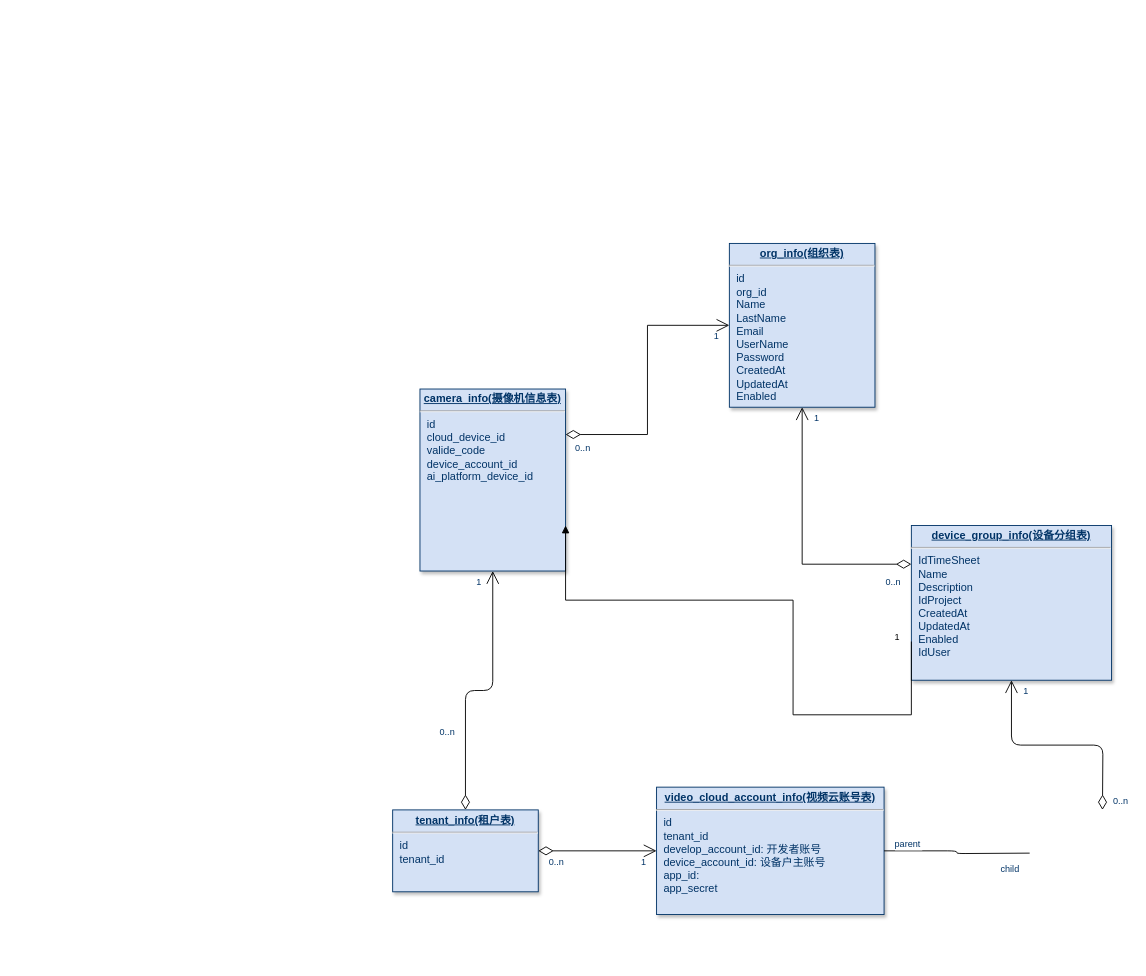
Above: Untitled Diagram.drawio in liushubao0109/drawio (draw.io), before the change. Source tidied: cells renumbered, new cells numbered last; positions are measured from the earlier drawing's top-left corner, leaving out a move shared by most shapes. Both pictures are drawn from the tidied source at 91%, with x=0, y=0 at pixel (392, 243).
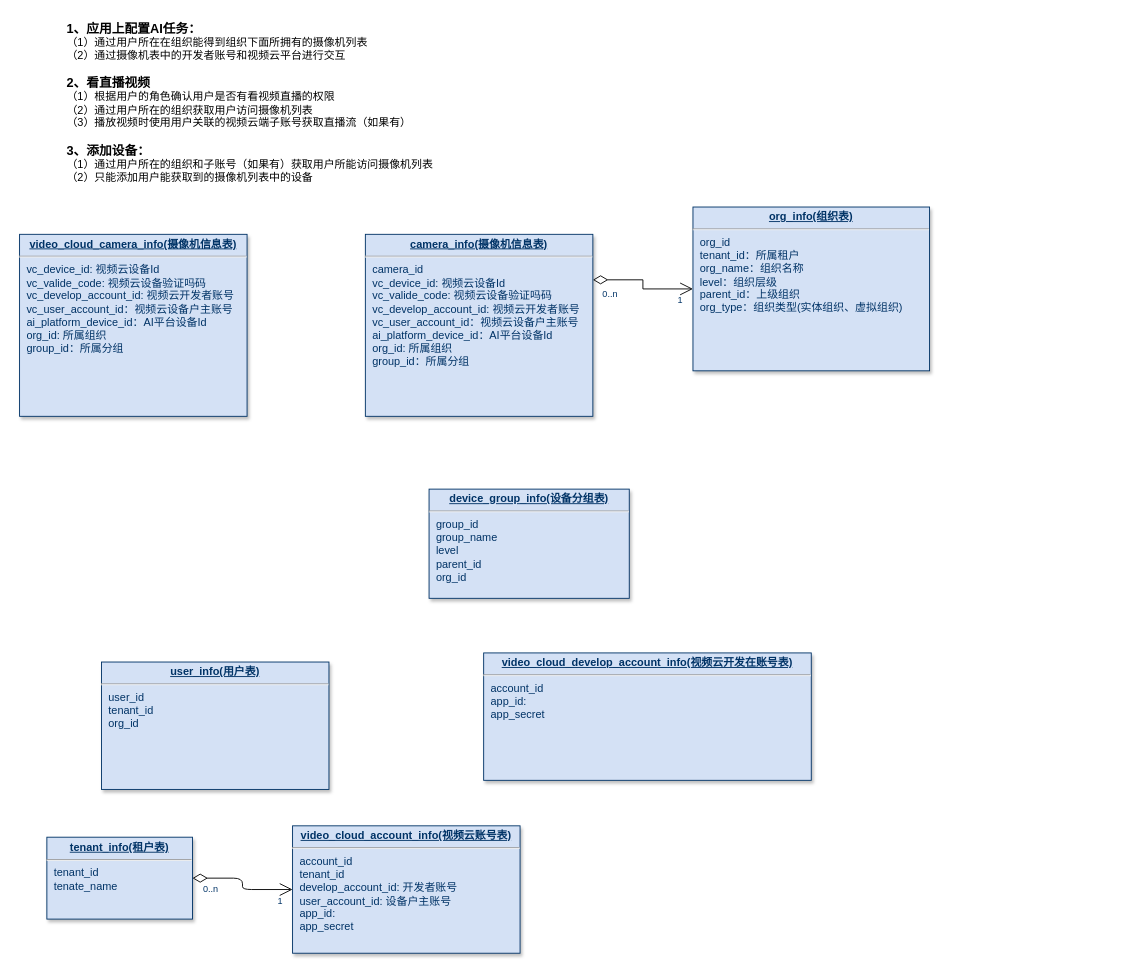
Above is the later version.

Change to the diagram source:
```diff
@@
-    <mxCell id="2" value="&lt;p style=&quot;margin: 0px; margin-top: 4px; text-align: center; text-decoration: underline;&quot;&gt;&lt;b&gt;org_info(组织表)&lt;/b&gt;&lt;/p&gt;&lt;hr&gt;&lt;p style=&quot;margin: 0px; margin-left: 8px;&quot;&gt;id&lt;/p&gt;&lt;p style=&quot;margin: 0px; margin-left: 8px;&quot;&gt;org_id&lt;/p&gt;&lt;p style=&quot;margin: 0px; margin-left: 8px;&quot;&gt;Name&lt;/p&gt;&lt;p style=&quot;margin: 0px; margin-left: 8px;&quot;&gt;LastName&lt;/p&gt;&lt;p style=&quot;margin: 0px; margin-left: 8px;&quot;&gt;Email&lt;/p&gt;&lt;p style=&quot;margin: 0px; margin-left: 8px;&quot;&gt;UserName&lt;/p&gt;&lt;p style=&quot;margin: 0px; margin-left: 8px;&quot;&gt;Password&lt;/p&gt;&lt;p style=&quot;margin: 0px; margin-left: 8px;&quot;&gt;CreatedAt&lt;/p&gt;&lt;p style=&quot;margin: 0px; margin-left: 8px;&quot;&gt;UpdatedAt&lt;/p&gt;&lt;p style=&quot;margin: 0px; margin-left: 8px;&quot;&gt;Enabled&lt;/p&gt;" style="verticalAlign=top;align=left;overflow=fill;fontSize=12;fontFamily=Helvetica;html=1;strokeColor=#003366;shadow=1;fillColor=#D4E1F5;fontColor=#003366;" parent="1" vertex="1">
-      <mxGeometry x="370" width="160" height="180" as="geometry" />
+    <mxCell id="2" value="&lt;p style=&quot;margin: 0px; margin-top: 4px; text-align: center; text-decoration: underline;&quot;&gt;&lt;b&gt;org_info(组织表)&lt;/b&gt;&lt;/p&gt;&lt;hr&gt;&lt;p style=&quot;margin: 0px 0px 0px 8px;&quot;&gt;org_id&lt;/p&gt;&lt;p style=&quot;margin: 0px 0px 0px 8px;&quot;&gt;tenant_id：所属租户&lt;/p&gt;&lt;p style=&quot;margin: 0px 0px 0px 8px;&quot;&gt;org_name：组织名称&lt;/p&gt;&lt;p style=&quot;margin: 0px 0px 0px 8px;&quot;&gt;level：组织层级&lt;/p&gt;&lt;p style=&quot;margin: 0px 0px 0px 8px;&quot;&gt;parent_id：上级组织&lt;/p&gt;&lt;p style=&quot;margin: 0px 0px 0px 8px;&quot;&gt;org_type：组织类型(实体组织、虚拟组织)&lt;/p&gt;&lt;p style=&quot;margin: 0px; margin-left: 8px;&quot;&gt;&lt;br&gt;&lt;/p&gt;" style="verticalAlign=top;align=left;overflow=fill;fontSize=12;fontFamily=Helvetica;html=1;strokeColor=#003366;shadow=1;fillColor=#D4E1F5;fontColor=#003366;" parent="1" vertex="1">
+      <mxGeometry x="330" y="-40" width="260" height="180" as="geometry" />
     </mxCell>
-    <mxCell id="3" value="&lt;p style=&quot;margin: 0px; margin-top: 4px; text-align: center; text-decoration: underline;&quot;&gt;&lt;strong&gt;device_group_info(设备分组表)&lt;/strong&gt;&lt;/p&gt;&lt;hr&gt;&lt;p style=&quot;margin: 0px; margin-left: 8px;&quot;&gt;IdTimeSheet&lt;/p&gt;&lt;p style=&quot;margin: 0px; margin-left: 8px;&quot;&gt;Name&lt;/p&gt;&lt;p style=&quot;margin: 0px; margin-left: 8px;&quot;&gt;Description&lt;/p&gt;&lt;p style=&quot;margin: 0px; margin-left: 8px;&quot;&gt;IdProject&lt;/p&gt;&lt;p style=&quot;margin: 0px; margin-left: 8px;&quot;&gt;CreatedAt&lt;/p&gt;&lt;p style=&quot;margin: 0px; margin-left: 8px;&quot;&gt;UpdatedAt&lt;/p&gt;&lt;p style=&quot;margin: 0px; margin-left: 8px;&quot;&gt;Enabled&lt;/p&gt;&lt;p style=&quot;margin: 0px; margin-left: 8px;&quot;&gt;IdUser&lt;/p&gt;" style="verticalAlign=top;align=left;overflow=fill;fontSize=12;fontFamily=Helvetica;html=1;strokeColor=#003366;shadow=1;fillColor=#D4E1F5;fontColor=#003366;" parent="1" vertex="1">
-      <mxGeometry x="570" y="310" width="220" height="170" as="geometry" />
+    <mxCell id="3" value="&lt;p style=&quot;margin: 0px; margin-top: 4px; text-align: center; text-decoration: underline;&quot;&gt;&lt;strong&gt;device_group_info(设备分组表)&lt;/strong&gt;&lt;/p&gt;&lt;hr&gt;&lt;p style=&quot;margin: 0px; margin-left: 8px;&quot;&gt;group_id&lt;/p&gt;&lt;p style=&quot;margin: 0px; margin-left: 8px;&quot;&gt;group_name&lt;/p&gt;&lt;p style=&quot;margin: 0px; margin-left: 8px;&quot;&gt;level&lt;/p&gt;&lt;p style=&quot;margin: 0px; margin-left: 8px;&quot;&gt;parent_id&lt;/p&gt;&lt;p style=&quot;margin: 0px; margin-left: 8px;&quot;&gt;org_id&lt;/p&gt;&lt;p style=&quot;margin: 0px; margin-left: 8px;&quot;&gt;&lt;br&gt;&lt;/p&gt;" style="verticalAlign=top;align=left;overflow=fill;fontSize=12;fontFamily=Helvetica;html=1;strokeColor=#003366;shadow=1;fillColor=#D4E1F5;fontColor=#003366;" parent="1" vertex="1">
+      <mxGeometry x="40" y="270" width="220" height="120" as="geometry" />
     </mxCell>
-    <mxCell id="4" value="&lt;p style=&quot;margin: 0px; margin-top: 4px; text-align: center; text-decoration: underline;&quot;&gt;&lt;b&gt;camera_info(摄像机信息表)&lt;/b&gt;&lt;/p&gt;&lt;hr&gt;&lt;p style=&quot;margin: 0px; margin-left: 8px;&quot;&gt;id&lt;/p&gt;&lt;p style=&quot;margin: 0px; margin-left: 8px;&quot;&gt;&lt;span style=&quot;background-color: initial;&quot;&gt;cloud_device_id&lt;/span&gt;&lt;br&gt;&lt;/p&gt;&lt;p style=&quot;margin: 0px; margin-left: 8px;&quot;&gt;valide_code&lt;/p&gt;&lt;p style=&quot;margin: 0px; margin-left: 8px;&quot;&gt;device_account_id&lt;/p&gt;&lt;p style=&quot;margin: 0px; margin-left: 8px;&quot;&gt;ai_platform_device_id&lt;/p&gt;&lt;p style=&quot;margin: 0px; margin-left: 8px;&quot;&gt;&lt;br&gt;&lt;/p&gt;&lt;p style=&quot;margin: 0px; margin-left: 8px;&quot;&gt;&lt;br&gt;&lt;/p&gt;" style="verticalAlign=top;align=left;overflow=fill;fontSize=12;fontFamily=Helvetica;html=1;strokeColor=#003366;shadow=1;fillColor=#D4E1F5;fontColor=#003366;" parent="1" vertex="1">
-      <mxGeometry x="30" y="160" width="160" height="200" as="geometry" />
+    <mxCell id="4" value="&lt;p style=&quot;margin: 0px; margin-top: 4px; text-align: center; text-decoration: underline;&quot;&gt;&lt;b&gt;camera_info(摄像机信息表)&lt;/b&gt;&lt;/p&gt;&lt;hr&gt;&lt;p style=&quot;margin: 0px; margin-left: 8px;&quot;&gt;camera_id&lt;/p&gt;&lt;p style=&quot;margin: 0px; margin-left: 8px;&quot;&gt;&lt;span style=&quot;background-color: initial;&quot;&gt;vc_device_id: 视频云设备Id&lt;/span&gt;&lt;/p&gt;&lt;p style=&quot;margin: 0px; margin-left: 8px;&quot;&gt;vc_valide_code: 视频云设备验证吗码&lt;/p&gt;&lt;p style=&quot;margin: 0px; margin-left: 8px;&quot;&gt;vc_develop_account_id: 视频云开发者账号&lt;/p&gt;&lt;p style=&quot;margin: 0px; margin-left: 8px;&quot;&gt;vc_user_account_id：视频云设备户主账号&lt;/p&gt;&lt;p style=&quot;margin: 0px; margin-left: 8px;&quot;&gt;ai_platform_device_id：AI平台设备Id&lt;/p&gt;&lt;p style=&quot;margin: 0px; margin-left: 8px;&quot;&gt;org_id: 所属组织&lt;/p&gt;&lt;p style=&quot;margin: 0px; margin-left: 8px;&quot;&gt;group_id：所属分组&lt;/p&gt;&lt;p style=&quot;margin: 0px; margin-left: 8px;&quot;&gt;&lt;br&gt;&lt;/p&gt;" style="verticalAlign=top;align=left;overflow=fill;fontSize=12;fontFamily=Helvetica;html=1;strokeColor=#003366;shadow=1;fillColor=#D4E1F5;fontColor=#003366;" parent="1" vertex="1">
+      <mxGeometry x="-30" y="-10" width="250" height="200" as="geometry" />
     </mxCell>
-    <mxCell id="5" value="&lt;p style=&quot;margin: 0px; margin-top: 4px; text-align: center; text-decoration: underline;&quot;&gt;&lt;strong&gt;video_cloud_account_info(视频云账号表)&lt;/strong&gt;&lt;/p&gt;&lt;hr&gt;&lt;p style=&quot;margin: 0px; margin-left: 8px;&quot;&gt;id&lt;/p&gt;&lt;p style=&quot;margin: 0px; margin-left: 8px;&quot;&gt;tenant_id&lt;/p&gt;&lt;p style=&quot;margin: 0px; margin-left: 8px;&quot;&gt;develop_account_id: 开发者账号&lt;/p&gt;&lt;p style=&quot;margin: 0px; margin-left: 8px;&quot;&gt;device_account_id: 设备户主账号&lt;/p&gt;&lt;p style=&quot;margin: 0px; margin-left: 8px;&quot;&gt;app_id:&amp;nbsp;&lt;/p&gt;&lt;p style=&quot;margin: 0px; margin-left: 8px;&quot;&gt;app_secret&lt;/p&gt;" style="verticalAlign=top;align=left;overflow=fill;fontSize=12;fontFamily=Helvetica;html=1;strokeColor=#003366;shadow=1;fillColor=#D4E1F5;fontColor=#003366;" parent="1" vertex="1">
-      <mxGeometry x="290" y="597.5" width="250" height="140" as="geometry" />
+    <mxCell id="5" value="&lt;p style=&quot;margin: 0px; margin-top: 4px; text-align: center; text-decoration: underline;&quot;&gt;&lt;strong&gt;video_cloud_account_info(视频云账号表)&lt;/strong&gt;&lt;/p&gt;&lt;hr&gt;&lt;p style=&quot;margin: 0px; margin-left: 8px;&quot;&gt;account_id&lt;/p&gt;&lt;p style=&quot;margin: 0px; margin-left: 8px;&quot;&gt;tenant_id&lt;/p&gt;&lt;p style=&quot;margin: 0px; margin-left: 8px;&quot;&gt;develop_account_id: 开发者账号&lt;/p&gt;&lt;p style=&quot;margin: 0px; margin-left: 8px;&quot;&gt;user_account_id: 设备户主账号&lt;/p&gt;&lt;p style=&quot;margin: 0px; margin-left: 8px;&quot;&gt;app_id:&amp;nbsp;&lt;/p&gt;&lt;p style=&quot;margin: 0px; margin-left: 8px;&quot;&gt;app_secret&lt;/p&gt;" style="verticalAlign=top;align=left;overflow=fill;fontSize=12;fontFamily=Helvetica;html=1;strokeColor=#003366;shadow=1;fillColor=#D4E1F5;fontColor=#003366;" parent="1" vertex="1">
+      <mxGeometry x="-110" y="640" width="250" height="140" as="geometry" />
     </mxCell>
-    <mxCell id="6" value="&lt;p style=&quot;margin: 0px; margin-top: 4px; text-align: center; text-decoration: underline;&quot;&gt;&lt;b&gt;tenant_info(租户表)&lt;/b&gt;&lt;/p&gt;&lt;hr&gt;&lt;p style=&quot;margin: 0px; margin-left: 8px;&quot;&gt;&lt;span style=&quot;background-color: initial;&quot;&gt;id&lt;/span&gt;&lt;/p&gt;&lt;p style=&quot;margin: 0px; margin-left: 8px;&quot;&gt;&lt;span style=&quot;background-color: initial;&quot;&gt;tenant_id&lt;/span&gt;&lt;/p&gt;" style="verticalAlign=top;align=left;overflow=fill;fontSize=12;fontFamily=Helvetica;html=1;strokeColor=#003366;shadow=1;fillColor=#D4E1F5;fontColor=#003366;" parent="1" vertex="1">
-      <mxGeometry y="622.5" width="160" height="90" as="geometry" />
+    <mxCell id="6" value="&lt;p style=&quot;margin: 0px; margin-top: 4px; text-align: center; text-decoration: underline;&quot;&gt;&lt;b&gt;tenant_info(租户表)&lt;/b&gt;&lt;/p&gt;&lt;hr&gt;&lt;p style=&quot;margin: 0px; margin-left: 8px;&quot;&gt;&lt;span style=&quot;background-color: initial;&quot;&gt;tenant_id&lt;/span&gt;&lt;/p&gt;&lt;p style=&quot;margin: 0px; margin-left: 8px;&quot;&gt;tenate_name&lt;/p&gt;" style="verticalAlign=top;align=left;overflow=fill;fontSize=12;fontFamily=Helvetica;html=1;strokeColor=#003366;shadow=1;fillColor=#D4E1F5;fontColor=#003366;" parent="1" vertex="1">
+      <mxGeometry x="-380" y="652.5" width="160" height="90" as="geometry" />
     </mxCell>
     <mxCell id="7" style="endArrow=open;endSize=12;startArrow=diamondThin;startSize=14;startFill=0;edgeStyle=orthogonalEdgeStyle;exitX=1;exitY=0.25;rounded=0;" parent="1" edge="1" source="4" target="2">
-      <mxGeometry x="769.4" y="450" as="geometry" />
+      <mxGeometry x="389.4" y="480" as="geometry" />
     </mxCell>
@@
-    <mxCell id="10" style="endArrow=open;endSize=12;startArrow=diamondThin;startSize=14;startFill=0;edgeStyle=orthogonalEdgeStyle;exitX=0;exitY=0.25;rounded=0;" parent="1" edge="1" source="3" target="2">
-      <mxGeometry x="1209.4" y="170" as="geometry" />
-    </mxCell>
-    <mxCell id="11" value="0..n" style="align=left;verticalAlign=top;labelBackgroundColor=#ffffff;fontSize=10;strokeColor=#003366;shadow=1;fillColor=#D4E1F5;fontColor=#003366;" parent="10" vertex="1">
-      <mxGeometry x="-1" relative="1" as="geometry">
-        <mxPoint x="-30" y="7.5" as="offset" />
-      </mxGeometry>
-    </mxCell>
-    <mxCell id="12" value="1" style="align=right;verticalAlign=top;labelBackgroundColor=#ffffff;fontSize=10;strokeColor=#003366;shadow=1;fillColor=#D4E1F5;fontColor=#003366;" parent="10" vertex="1">
-      <mxGeometry x="1" relative="1" as="geometry">
-        <mxPoint x="20" as="offset" />
-      </mxGeometry>
-    </mxCell>
-    <mxCell id="13" style="endArrow=open;endSize=12;startArrow=diamondThin;startSize=14;startFill=0;edgeStyle=orthogonalEdgeStyle;entryX=0.5;entryY=1;entryDx=0;entryDy=0;" parent="1" edge="1" source="6" target="4">
-      <mxGeometry x="479.4" y="790" as="geometry" />
-    </mxCell>
-    <mxCell id="14" value="0..n" style="align=left;verticalAlign=top;labelBackgroundColor=#ffffff;fontSize=10;strokeColor=#003366;shadow=1;fillColor=#D4E1F5;fontColor=#003366;" parent="13" vertex="1">
-      <mxGeometry x="-1" relative="1" as="geometry">
-        <mxPoint x="-30" y="-97.5" as="offset" />
-      </mxGeometry>
-    </mxCell>
-    <mxCell id="15" value="1" style="align=right;verticalAlign=top;labelBackgroundColor=#ffffff;fontSize=10;strokeColor=#003366;shadow=1;fillColor=#D4E1F5;fontColor=#003366;" parent="13" vertex="1">
-      <mxGeometry x="1" relative="1" as="geometry">
-        <mxPoint x="-11.1" as="offset" />
-      </mxGeometry>
-    </mxCell>
     <mxCell id="16" style="endArrow=open;endSize=12;startArrow=diamondThin;startSize=14;startFill=0;edgeStyle=orthogonalEdgeStyle;" parent="1" edge="1" source="6" target="5">
-      <mxGeometry x="469.4" y="526.2" as="geometry" />
+      <mxGeometry x="89.4" y="556.2" as="geometry" />
     </mxCell>
@@
-    <mxCell id="19" style="endArrow=open;endSize=12;startArrow=diamondThin;startSize=14;startFill=0;edgeStyle=orthogonalEdgeStyle;" parent="1" edge="1" target="3">
-      <mxGeometry x="1079.4" y="560" as="geometry">
-        <mxPoint x="780" y="622.5" as="sourcePoint" />
-      </mxGeometry>
-    </mxCell>
-    <mxCell id="20" value="0..n" style="align=left;verticalAlign=top;labelBackgroundColor=#ffffff;fontSize=10;strokeColor=#003366;shadow=1;fillColor=#D4E1F5;fontColor=#003366;" parent="19" vertex="1">
-      <mxGeometry x="-1" relative="1" as="geometry">
-        <mxPoint x="10" y="-22.5" as="offset" />
-      </mxGeometry>
-    </mxCell>
-    <mxCell id="21" value="1" style="align=right;verticalAlign=top;labelBackgroundColor=#ffffff;fontSize=10;strokeColor=#003366;shadow=1;fillColor=#D4E1F5;fontColor=#003366;" parent="19" vertex="1">
-      <mxGeometry x="1" relative="1" as="geometry">
-        <mxPoint x="20" as="offset" />
-      </mxGeometry>
-    </mxCell>
-    <mxCell id="22" style="endArrow=none;edgeStyle=orthogonalEdgeStyle;" parent="1" edge="1" source="5">
-      <mxGeometry x="910" y="972.5" as="geometry">
-        <mxPoint x="700" y="670" as="targetPoint" />
-      </mxGeometry>
-    </mxCell>
-    <mxCell id="23" value="parent" style="align=left;verticalAlign=bottom;labelBackgroundColor=#ffffff;fontSize=10;strokeColor=#003366;shadow=1;fillColor=#D4E1F5;fontColor=#003366;" parent="22" vertex="1">
-      <mxGeometry x="-1" relative="1" as="geometry">
-        <mxPoint x="10" as="offset" />
-      </mxGeometry>
-    </mxCell>
-    <mxCell id="24" value="child" style="align=right;verticalAlign=bottom;labelBackgroundColor=#ffffff;fontSize=10;strokeColor=#003366;shadow=1;fillColor=#D4E1F5;fontColor=#003366;" parent="22" vertex="1">
-      <mxGeometry x="1" relative="1" as="geometry">
-        <mxPoint x="-10" y="25" as="offset" />
-      </mxGeometry>
-    </mxCell>
-    <mxCell id="25" style="endArrow=block;endFill=1;edgeStyle=orthogonalEdgeStyle;align=left;verticalAlign=top;entryX=1;entryY=0.75;exitX=0;exitY=0.75;rounded=0;" parent="1" edge="1" source="3" target="4">
-      <mxGeometry x="-1" relative="1" as="geometry">
-        <Array as="points">
-          <mxPoint x="440" y="518" />
-          <mxPoint x="440" y="392" />
-        </Array>
-      </mxGeometry>
-    </mxCell>
-    <mxCell id="26" value="1" style="align=left;verticalAlign=bottom;labelBackgroundColor=#ffffff;fontSize=10;" parent="25" vertex="1">
-      <mxGeometry x="-1" relative="1" as="geometry">
-        <mxPoint x="-20" y="2.5" as="offset" />
-      </mxGeometry>
-    </mxCell>
+    <mxCell id="27" value="&lt;p style=&quot;margin: 0px; margin-top: 4px; text-align: center; text-decoration: underline;&quot;&gt;&lt;strong&gt;user_info(用户表)&lt;/strong&gt;&lt;/p&gt;&lt;hr&gt;&lt;p style=&quot;margin: 0px; margin-left: 8px;&quot;&gt;&lt;span style=&quot;background-color: initial;&quot;&gt;user_id&lt;/span&gt;&lt;br&gt;&lt;/p&gt;&lt;p style=&quot;margin: 0px; margin-left: 8px;&quot;&gt;tenant_id&lt;/p&gt;&lt;p style=&quot;margin: 0px; margin-left: 8px;&quot;&gt;&lt;span style=&quot;background-color: initial;&quot;&gt;org_id&lt;/span&gt;&lt;/p&gt;" style="verticalAlign=top;align=left;overflow=fill;fontSize=12;fontFamily=Helvetica;html=1;strokeColor=#003366;shadow=1;fillColor=#D4E1F5;fontColor=#003366;" parent="1" vertex="1">
+      <mxGeometry x="-320" y="460" width="250" height="140" as="geometry" />
+    </mxCell>
+    <mxCell id="28" value="&lt;p style=&quot;margin: 0px; margin-top: 4px; text-align: center; text-decoration: underline;&quot;&gt;&lt;strong&gt;video_cloud_develop_account_info(视频云开发在账号表)&lt;/strong&gt;&lt;/p&gt;&lt;hr&gt;&lt;p style=&quot;margin: 0px; margin-left: 8px;&quot;&gt;account_id&lt;/p&gt;&lt;p style=&quot;margin: 0px; margin-left: 8px;&quot;&gt;&lt;span style=&quot;background-color: initial;&quot;&gt;app_id:&amp;nbsp;&lt;/span&gt;&lt;br&gt;&lt;/p&gt;&lt;p style=&quot;margin: 0px; margin-left: 8px;&quot;&gt;app_secret&lt;/p&gt;" style="verticalAlign=top;align=left;overflow=fill;fontSize=12;fontFamily=Helvetica;html=1;strokeColor=#003366;shadow=1;fillColor=#D4E1F5;fontColor=#003366;" parent="1" vertex="1">
+      <mxGeometry x="100" y="450" width="360" height="140" as="geometry" />
+    </mxCell>
+    <mxCell id="29" value="&lt;font style=&quot;font-size: 14px;&quot;&gt;&lt;b&gt;1、应用上配置AI任务：&lt;/b&gt;&lt;br&gt;&lt;/font&gt;（1）通过用户所在在组织能得到组织下面所拥有的摄像机列表&lt;br&gt;（2）通过摄像机表中的开发者账号和视频云平台进行交互&lt;br&gt;&lt;br&gt;&lt;font style=&quot;font-size: 14px;&quot;&gt;&lt;b&gt;2、看直播视频&lt;br&gt;&lt;/b&gt;&lt;/font&gt;（1）根据用户的角色确认用户是否有看视频直播的权限&lt;br&gt;（2）通过用户所在的组织获取用户访问摄像机列表&lt;br&gt;（3）播放视频时使用用户关联的视频云端子账号获取直播流（如果有）&lt;br&gt;&lt;br&gt;&lt;b&gt;&lt;font style=&quot;font-size: 14px;&quot;&gt;3、添加设备：&lt;/font&gt;&lt;/b&gt;&lt;br&gt;（1）通过用户所在的组织和子账号（如果有）获取用户所能访问摄像机列表&lt;br&gt;（2）只能添加用户能获取到的摄像机列表中的设备" style="text;html=1;strokeColor=none;fillColor=none;align=left;verticalAlign=middle;whiteSpace=wrap;rounded=0;" parent="1" vertex="1">
+      <mxGeometry x="-360" y="-250" width="540" height="190" as="geometry" />
+    </mxCell>
+    <mxCell id="30" value="&lt;p style=&quot;margin: 0px; margin-top: 4px; text-align: center; text-decoration: underline;&quot;&gt;&lt;b&gt;video_cloud_camera_info(摄像机信息表)&lt;/b&gt;&lt;/p&gt;&lt;hr&gt;&lt;p style=&quot;margin: 0px; margin-left: 8px;&quot;&gt;&lt;span style=&quot;background-color: initial;&quot;&gt;vc_device_id: 视频云设备Id&lt;/span&gt;&lt;br&gt;&lt;/p&gt;&lt;p style=&quot;margin: 0px; margin-left: 8px;&quot;&gt;vc_valide_code: 视频云设备验证吗码&lt;/p&gt;&lt;p style=&quot;margin: 0px; margin-left: 8px;&quot;&gt;vc_develop_account_id: 视频云开发者账号&lt;/p&gt;&lt;p style=&quot;margin: 0px; margin-left: 8px;&quot;&gt;vc_user_account_id：视频云设备户主账号&lt;/p&gt;&lt;p style=&quot;margin: 0px; margin-left: 8px;&quot;&gt;ai_platform_device_id：AI平台设备Id&lt;/p&gt;&lt;p style=&quot;margin: 0px; margin-left: 8px;&quot;&gt;org_id: 所属组织&lt;/p&gt;&lt;p style=&quot;margin: 0px; margin-left: 8px;&quot;&gt;group_id：所属分组&lt;/p&gt;&lt;p style=&quot;margin: 0px; margin-left: 8px;&quot;&gt;&lt;br&gt;&lt;/p&gt;" style="verticalAlign=top;align=left;overflow=fill;fontSize=12;fontFamily=Helvetica;html=1;strokeColor=#003366;shadow=1;fillColor=#D4E1F5;fontColor=#003366;" parent="1" vertex="1">
+      <mxGeometry x="-410" y="-10" width="250" height="200" as="geometry" />
+    </mxCell>
```
